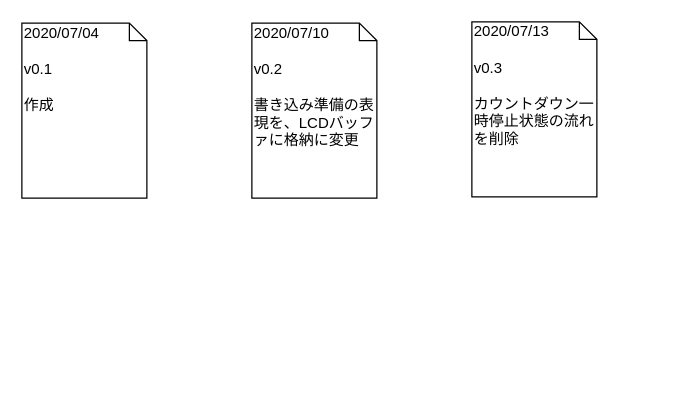
This is page "変更記録" (2 of 2) of 資料/設計/フローチャート/LCDClass/flowchart_LCDClass_v0.3.drawio from hakohumi/comp.Kitchen_Timer, a draw.io file, before an edit. Source tidied: cells renumbered, new cells numbered last; positions are measured from the earlier drawing's top-left corner, leaving out a move shared by most shapes. Both pictures are drawn from the tidied source at 125%, with x=0, y=0 at pixel (21, 21).
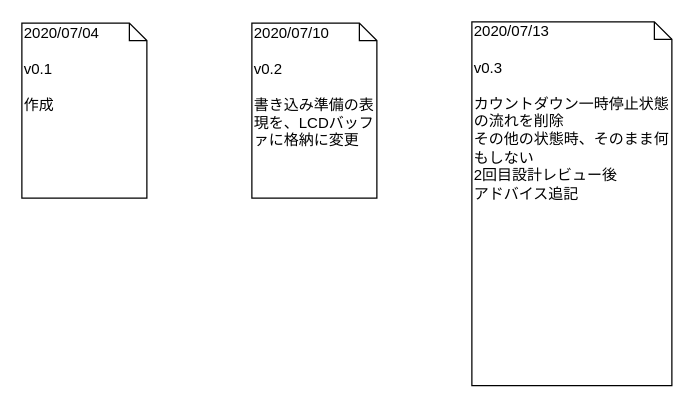
After the change.

The edit, as a diff of the source:
```diff
@@
 <mxGraphModel>
   <root>
     <mxCell id="0" />
     <mxCell id="1" parent="0" />
     <mxCell id="2" value="2020/07/04&lt;br&gt;&lt;br&gt;v0.1&lt;br&gt;&lt;br&gt;作成" style="shape=note;whiteSpace=wrap;html=1;size=14;verticalAlign=top;align=left;spacingTop=-6;" parent="1" vertex="1">
       <mxGeometry y="1" width="100" height="140" as="geometry" />
     </mxCell>
     <mxCell id="3" value="2020/07/10&lt;br&gt;&lt;br&gt;v0.2&lt;br&gt;&lt;br&gt;書き込み準備の表現を、LCDバッファに格納に変更" style="shape=note;whiteSpace=wrap;html=1;size=14;verticalAlign=top;align=left;spacingTop=-6;" parent="1" vertex="1">
       <mxGeometry x="184" y="1" width="100" height="140" as="geometry" />
     </mxCell>
-    <mxCell id="4" value="2020/07/13&lt;br&gt;&lt;br&gt;v0.3&lt;br&gt;&lt;br&gt;カウントダウン一時停止状態の流れを削除" style="shape=note;whiteSpace=wrap;html=1;size=14;verticalAlign=top;align=left;spacingTop=-6;" parent="1" vertex="1">
-      <mxGeometry x="360" width="100" height="140" as="geometry" />
+    <mxCell id="4" value="2020/07/13&lt;br&gt;&lt;br&gt;v0.3&lt;br&gt;&lt;br&gt;カウントダウン一時停止状態の流れを削除&lt;br&gt;その他の状態時、そのまま何もしない&lt;br&gt;2回目設計レビュー後&lt;br&gt;アドバイス追記" style="shape=note;whiteSpace=wrap;html=1;size=14;verticalAlign=top;align=left;spacingTop=-6;" parent="1" vertex="1">
+      <mxGeometry x="360" width="160" height="291" as="geometry" />
     </mxCell>
   </root>
 </mxGraphModel>
```
